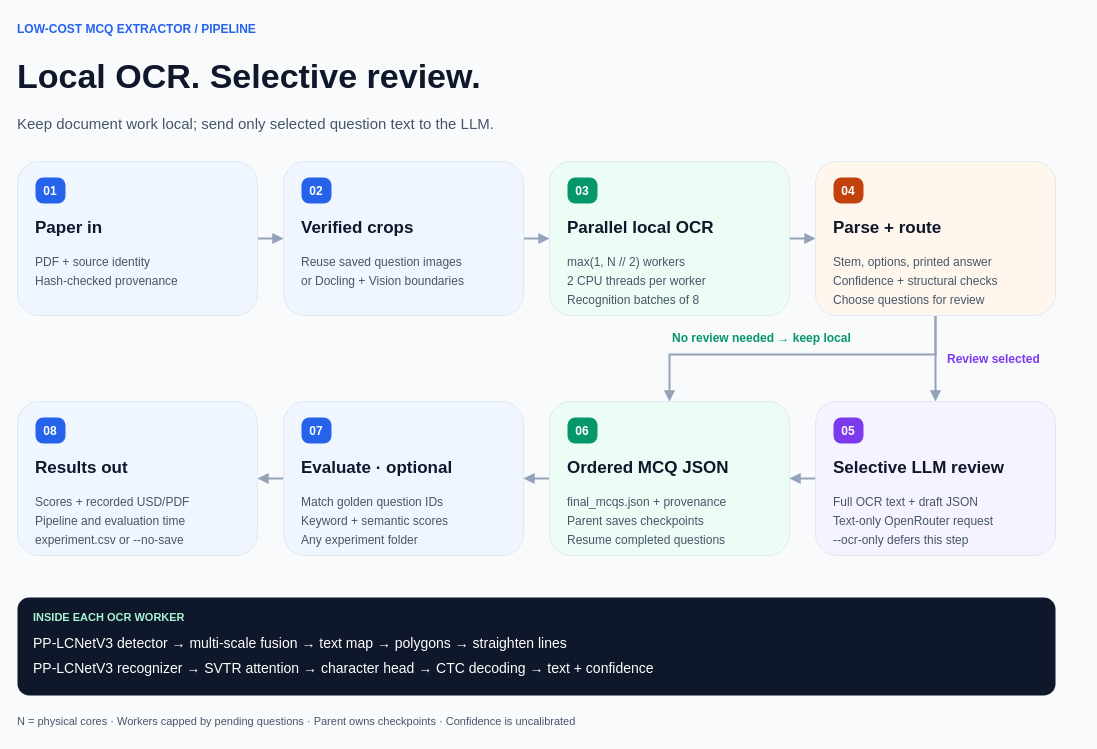
The draw.io diagram docs/low-cost-mcq-extractor.drawio in generalized-ml/mcq-extractor, before the edit. Source tidied: cells renumbered, new cells numbered last; positions are measured from the earlier drawing's top-left corner, leaving out a move shared by most shapes. Both pictures are drawn from the tidied source at 100%, with x=0, y=0 at pixel (17, 17).
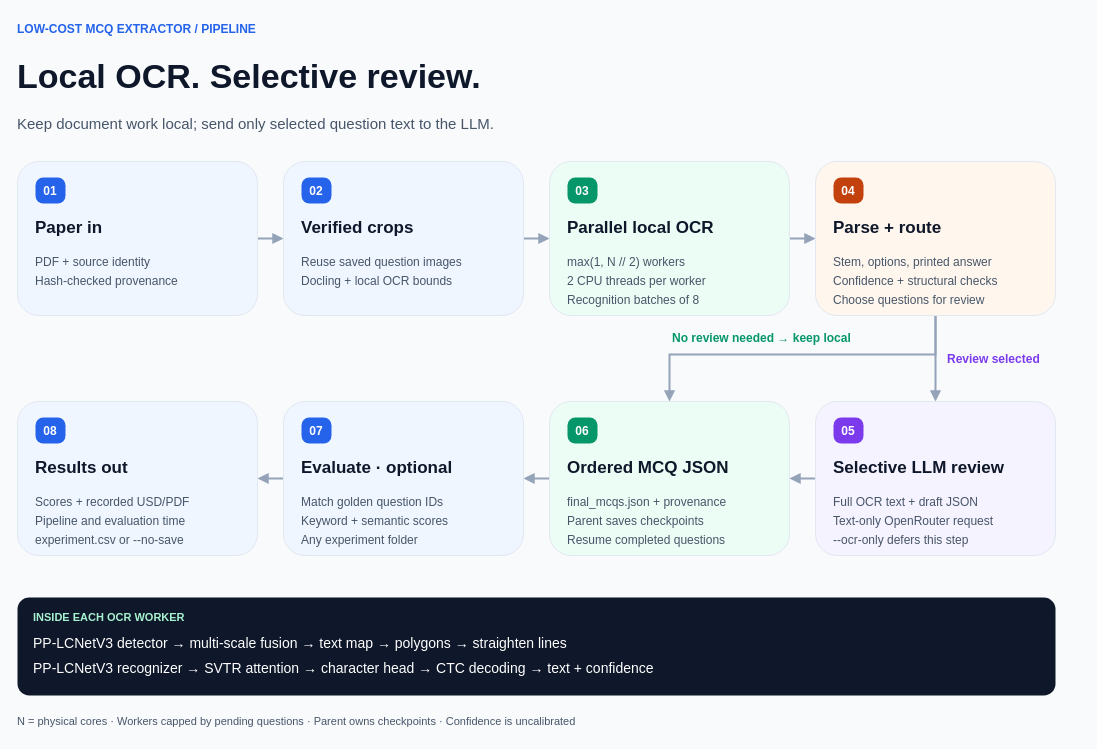
Above is the later version.

Diff of the diagram source:
```diff
@@
-    <mxCell id="22" value="or Docling + Vision boundaries" style="text;html=0;align=left;verticalAlign=middle;whiteSpace=wrap;fontFamily=Helvetica;fontSize=12;fontColor=#475569;fontStyle=0;spacing=0;" parent="1" vertex="1">
+    <mxCell id="22" value="Docling + local OCR bounds" style="text;html=0;align=left;verticalAlign=middle;whiteSpace=wrap;fontFamily=Helvetica;fontSize=12;fontColor=#475569;fontStyle=0;spacing=0;" parent="1" vertex="1">
       <mxGeometry x="284" y="254" width="210" height="19" as="geometry" />
     </mxCell>
```
